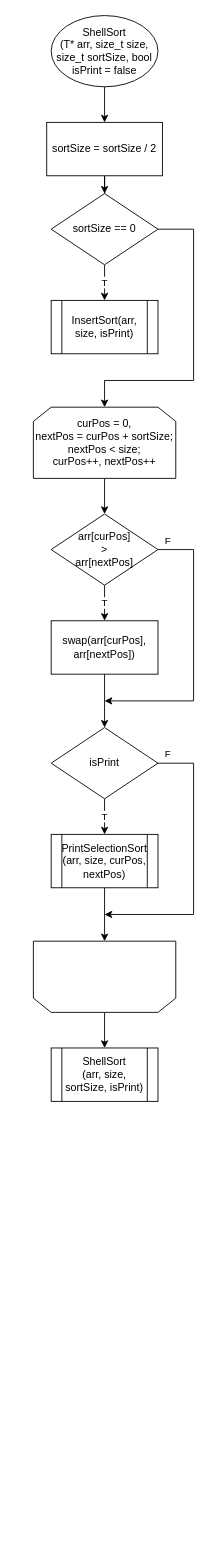
Above: flowcharts/Chapter6/ShellSort.drawio in ArshesSH/InhaAlgorithm (draw.io), before the change. Source tidied: cells renumbered, new cells numbered last; positions are measured from the earlier drawing's top-left corner, leaving out a move shared by most shapes. Both pictures are drawn from the tidied source at 89%, with x=0, y=0 at pixel (33, 15).
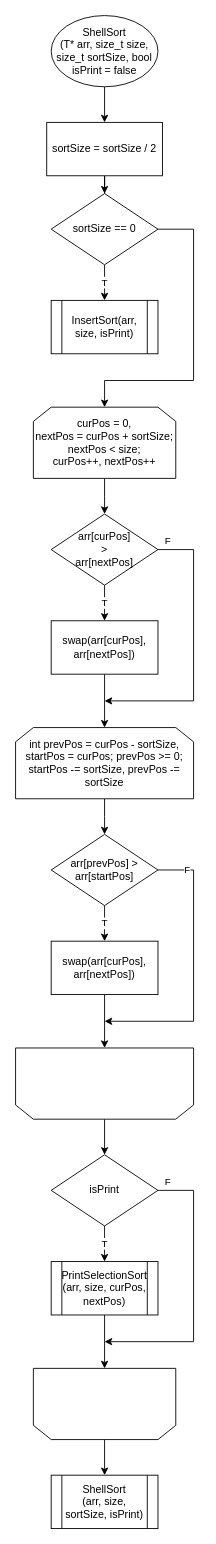
Above is the later version.

Unchanged cells that the change refers to:
```xml
<mxCell id="11" value="curPos = 0,&lt;br&gt;nextPos = curPos + sortSize;&lt;br&gt;nextPos &amp;lt; size;&lt;br&gt;curPos++, nextPos++" style="shape=loopLimit;whiteSpace=wrap;html=1;" parent="1" vertex="1">
  <mxGeometry y="440" width="160" height="80" as="geometry" />
</mxCell>
<mxCell id="14" value="arr[curPos]&lt;br&gt;&amp;gt;&lt;br&gt;arr[nextPos]" style="rhombus;whiteSpace=wrap;html=1;" parent="1" vertex="1">
  <mxGeometry x="20" y="560" width="120" height="80" as="geometry" />
</mxCell>
<mxCell id="16" value="swap(arr[curPos], arr[nextPos])" style="rounded=0;whiteSpace=wrap;html=1;" parent="1" vertex="1">
  <mxGeometry x="20" y="680" width="120" height="60" as="geometry" />
</mxCell>
```

Diff of the diagram source:
```diff
@@
-    <mxCell id="10" style="edgeStyle=orthogonalEdgeStyle;rounded=0;jettySize=auto;html=1;" parent="1" edge="1" source="11" target="14">
-      <mxGeometry relative="1" as="geometry" />
+    <mxCell id="10" style="edgeStyle=orthogonalEdgeStyle;rounded=0;jettySize=auto;html=1;" parent="1" edge="1" source="11">
+      <mxGeometry relative="1" as="geometry">
+        <mxPoint x="80" y="560" as="targetPoint" />
+      </mxGeometry>
     </mxCell>
@@
-    <mxCell id="13" value="F" style="edgeStyle=orthogonalEdgeStyle;rounded=0;jettySize=auto;html=1;exitX=1;exitY=0.5;exitDx=0;exitDy=0;" parent="1" edge="1" source="14">
-      <mxGeometry x="-0.93" y="10" relative="1" as="geometry">
-        <mxPoint x="80" y="770" as="targetPoint" />
-        <Array as="points">
-          <mxPoint x="180" y="600" />
-          <mxPoint x="180" y="770" />
-        </Array>
-      </mxGeometry>
-    </mxCell>
+    <mxCell id="25" value="F" style="edgeStyle=orthogonalEdgeStyle;rounded=0;jettySize=auto;html=1;exitX=1;exitY=0.5;exitDx=0;exitDy=0;" parent="1" edge="1" source="14">
+      <mxGeometry x="-0.93" y="10" relative="1" as="geometry">
+        <mxPoint x="80" y="770" as="targetPoint" />
+        <Array as="points">
+          <mxPoint x="180" y="600" />
+          <mxPoint x="180" y="770" />
+        </Array>
+      </mxGeometry>
+    </mxCell>
@@
-    <mxCell id="15" style="edgeStyle=orthogonalEdgeStyle;rounded=0;jettySize=auto;html=1;" parent="1" edge="1" source="16" target="19">
-      <mxGeometry relative="1" as="geometry" />
-    </mxCell>
+    <mxCell id="26" style="edgeStyle=orthogonalEdgeStyle;rounded=0;jettySize=auto;html=1;" parent="1" edge="1" source="16">
+      <mxGeometry relative="1" as="geometry">
+        <mxPoint x="80" y="800" as="targetPoint" />
+      </mxGeometry>
+    </mxCell>
@@
+    <mxCell id="27" style="edgeStyle=orthogonalEdgeStyle;rounded=0;jettySize=auto;html=1;" parent="1" edge="1" source="28">
+      <mxGeometry relative="1" as="geometry">
+        <mxPoint x="80" y="920" as="targetPoint" />
+      </mxGeometry>
+    </mxCell>
+    <mxCell id="28" value="int prevPos = curPos - sortSize, startPos = curPos; prevPos &amp;gt;= 0; startPos -= sortSize, prevPos -= sortSize" style="shape=loopLimit;whiteSpace=wrap;html=1;" parent="1" vertex="1">
+      <mxGeometry x="-20" y="800" width="200" height="80" as="geometry" />
+    </mxCell>
+    <mxCell id="29" style="edgeStyle=orthogonalEdgeStyle;rounded=0;jettySize=auto;html=1;" parent="1" edge="1" source="30" target="19">
+      <mxGeometry relative="1" as="geometry" />
+    </mxCell>
+    <mxCell id="30" style="shape=loopLimit;whiteSpace=wrap;html=1;flipV=1;" parent="1" vertex="1">
+      <mxGeometry x="-20" y="1160" width="200" height="80" as="geometry" />
+    </mxCell>
@@
-    <mxCell id="18" value="F" style="edgeStyle=orthogonalEdgeStyle;rounded=0;jettySize=auto;html=1;exitX=1;exitY=0.5;exitDx=0;exitDy=0;" parent="1" edge="1" source="19">
-      <mxGeometry x="-0.93" y="10" relative="1" as="geometry">
-        <mxPoint x="80" y="1010" as="targetPoint" />
-        <Array as="points">
-          <mxPoint x="180" y="840" />
-          <mxPoint x="180" y="1010" />
-        </Array>
-      </mxGeometry>
-    </mxCell>
+    <mxCell id="31" value="F" style="edgeStyle=orthogonalEdgeStyle;rounded=0;jettySize=auto;html=1;exitX=1;exitY=0.5;exitDx=0;exitDy=0;" parent="1" edge="1" source="19">
+      <mxGeometry x="-0.93" y="10" relative="1" as="geometry">
+        <mxPoint x="80" y="1490" as="targetPoint" />
+        <Array as="points">
+          <mxPoint x="180" y="1320" />
+          <mxPoint x="180" y="1490" />
+        </Array>
+      </mxGeometry>
+    </mxCell>
     <mxCell id="19" value="isPrint" style="rhombus;whiteSpace=wrap;html=1;" parent="1" vertex="1">
-      <mxGeometry x="20" y="800" width="120" height="80" as="geometry" />
+      <mxGeometry x="20" y="1280" width="120" height="80" as="geometry" />
     </mxCell>
-    <mxCell id="20" style="edgeStyle=orthogonalEdgeStyle;rounded=0;jettySize=auto;html=1;" parent="1" edge="1" source="21" target="23">
-      <mxGeometry relative="1" as="geometry" />
-    </mxCell>
+    <mxCell id="32" style="edgeStyle=orthogonalEdgeStyle;rounded=0;jettySize=auto;html=1;" parent="1" edge="1" source="21" target="34">
+      <mxGeometry relative="1" as="geometry" />
+    </mxCell>
     <mxCell id="21" value="PrintSelectionSort&lt;br&gt;(arr, size, curPos, nextPos)" style="shape=process;whiteSpace=wrap;html=1;backgroundOutline=1;" parent="1" vertex="1">
-      <mxGeometry x="20" y="920" width="120" height="60" as="geometry" />
+      <mxGeometry x="20" y="1400" width="120" height="60" as="geometry" />
     </mxCell>
-    <mxCell id="22" style="edgeStyle=orthogonalEdgeStyle;rounded=0;jettySize=auto;html=1;" parent="1" edge="1" source="23" target="24">
-      <mxGeometry relative="1" as="geometry" />
-    </mxCell>
-    <mxCell id="23" style="shape=loopLimit;whiteSpace=wrap;html=1;flipV=1;" parent="1" vertex="1">
-      <mxGeometry y="1040" width="160" height="80" as="geometry" />
-    </mxCell>
+    <mxCell id="33" style="edgeStyle=orthogonalEdgeStyle;rounded=0;jettySize=auto;html=1;" parent="1" edge="1" source="34" target="24">
+      <mxGeometry relative="1" as="geometry" />
+    </mxCell>
+    <mxCell id="34" style="shape=loopLimit;whiteSpace=wrap;html=1;flipV=1;" parent="1" vertex="1">
+      <mxGeometry y="1520" width="160" height="80" as="geometry" />
+    </mxCell>
     <mxCell id="24" value="ShellSort&lt;br&gt;(arr, size, sortSize, isPrint)" style="shape=process;whiteSpace=wrap;html=1;backgroundOutline=1;" parent="1" vertex="1">
-      <mxGeometry x="20" y="1160" width="120" height="60" as="geometry" />
+      <mxGeometry x="20" y="1640" width="120" height="60" as="geometry" />
     </mxCell>
+    <mxCell id="35" value="T" style="edgeStyle=orthogonalEdgeStyle;rounded=0;jettySize=auto;html=1;" parent="1" edge="1" source="37" target="39">
+      <mxGeometry relative="1" as="geometry" />
+    </mxCell>
+    <mxCell id="36" value="F" style="edgeStyle=orthogonalEdgeStyle;rounded=0;jettySize=auto;html=1;exitX=1;exitY=0.5;exitDx=0;exitDy=0;" parent="1" edge="1" source="37">
+      <mxGeometry x="-0.85" y="-10" relative="1" as="geometry">
+        <mxPoint x="80" y="1130" as="targetPoint" />
+        <Array as="points">
+          <mxPoint x="180" y="960" />
+          <mxPoint x="180" y="1130" />
+        </Array>
+        <mxPoint x="10" y="-10" as="offset" />
+      </mxGeometry>
+    </mxCell>
+    <mxCell id="37" value="arr[prevPos] &amp;gt; arr[startPos]" style="rhombus;whiteSpace=wrap;html=1;" parent="1" vertex="1">
+      <mxGeometry x="20" y="920" width="120" height="80" as="geometry" />
+    </mxCell>
+    <mxCell id="38" style="edgeStyle=orthogonalEdgeStyle;rounded=0;jettySize=auto;html=1;" parent="1" edge="1" source="39" target="30">
+      <mxGeometry relative="1" as="geometry" />
+    </mxCell>
+    <mxCell id="39" value="swap(arr[curPos], arr[nextPos])" style="rounded=0;whiteSpace=wrap;html=1;" parent="1" vertex="1">
+      <mxGeometry x="20" y="1040" width="120" height="60" as="geometry" />
+    </mxCell>
```
